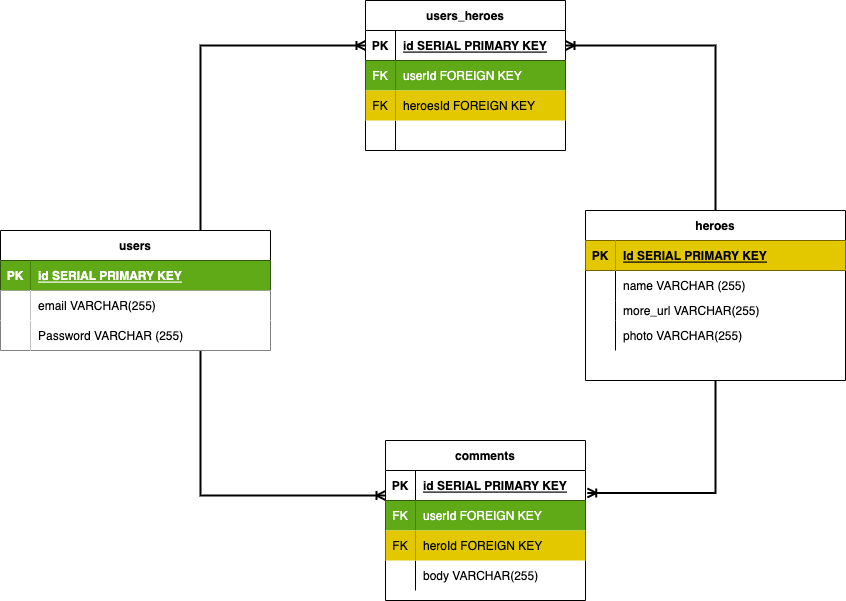
Before: Diagram.drawio.png, a diagram exported from draw.io (tristonpalacios/Virtual-Marvel-Encyclopedia). Source tidied: cells renumbered, new cells last; positions are measured from the earlier drawing's top-left corner, leaving out a move shared by most shapes.
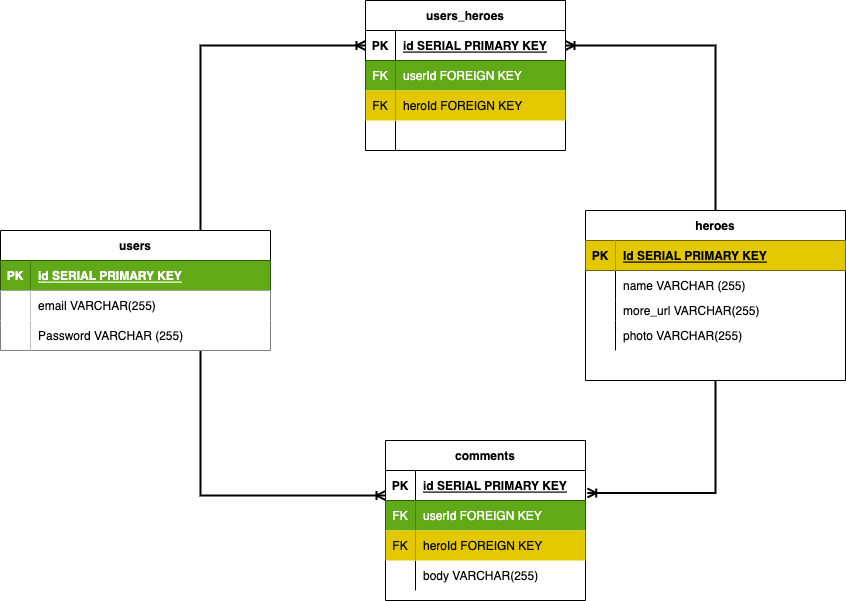
Above is the later version.

Commit message:
Fixed error for idname in user hero

The edit, as a diff of the source:
```diff
@@ -163,7 +163,7 @@
     <mxCell id="50" value="FK" style="shape=partialRectangle;fillColor=#e3c800;top=0;left=0;bottom=0;right=0;overflow=hidden;fontColor=#000000;strokeColor=#B09500;" parent="49" vertex="1">
       <mxGeometry width="30" height="30" as="geometry" />
     </mxCell>
-    <mxCell id="51" value="heroesId FOREIGN KEY" style="shape=partialRectangle;fillColor=#e3c800;top=0;left=0;bottom=0;right=0;align=left;spacingLeft=6;overflow=hidden;fontColor=#000000;strokeColor=#B09500;" parent="49" vertex="1">
+    <mxCell id="51" value="heroId FOREIGN KEY" style="shape=partialRectangle;fillColor=#e3c800;top=0;left=0;bottom=0;right=0;align=left;spacingLeft=6;overflow=hidden;fontColor=#000000;strokeColor=#B09500;" parent="49" vertex="1">
       <mxGeometry x="30" width="170" height="30" as="geometry" />
     </mxCell>
     <mxCell id="52" style="shape=tableRow;horizontal=0;startSize=0;swimlaneHead=0;swimlaneBody=0;fillColor=none;top=0;left=0;right=0;bottom=0;" parent="42" vertex="1">
```
